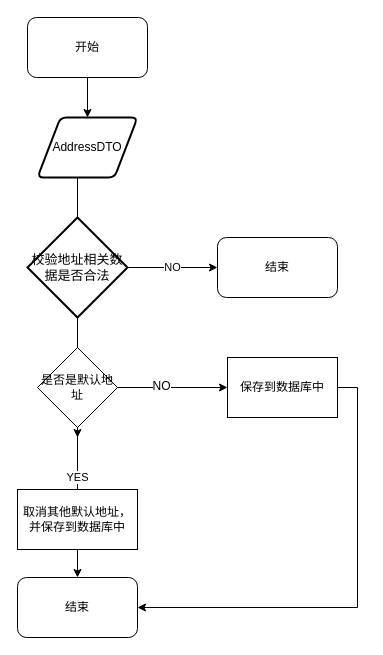
Earlier version of the draw.io diagram page "Ã§Â¬Â¬ 1 Ã©Â¡Âµ" (1 of 3) of 添加地址流程图.drawio (nullbull/uml). Source tidied: cells renumbered, new cells numbered last; positions are measured from the earlier drawing's top-left corner, leaving out a move shared by most shapes. Both pictures are drawn from the tidied source at 100%, with x=0, y=0 at pixel (17, 17).
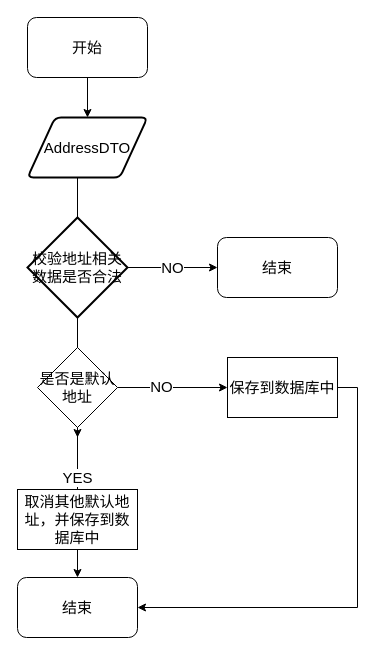
The same diagram, later.

What changed in the source:
```diff
@@
-    <mxCell id="2" style="edgeStyle=orthogonalEdgeStyle;rounded=0;orthogonalLoop=1;jettySize=auto;html=1;exitX=0.5;exitY=1;exitDx=0;exitDy=0;" parent="1" edge="1">
+    <mxCell id="2" style="edgeStyle=orthogonalEdgeStyle;rounded=0;orthogonalLoop=1;jettySize=auto;html=1;exitX=0.5;exitY=1;exitDx=0;exitDy=0;fontSize=15;" parent="1" edge="1">
       <mxGeometry relative="1" as="geometry">
         <mxPoint x="60" y="160" as="sourcePoint" />
         <mxPoint x="60" y="240" as="targetPoint" />
       </mxGeometry>
     </mxCell>
-    <mxCell id="3" style="verticalLabelPosition=bottom;verticalAlign=top;html=1;strokeWidth=2;shape=parallelogram;perimeter=parallelogramPerimeter;whiteSpace=wrap;rounded=1;arcSize=12;size=0.23;" parent="1" vertex="1">
-      <mxGeometry x="20" y="100" width="100" height="60" as="geometry" />
+    <mxCell id="3" style="verticalLabelPosition=bottom;verticalAlign=top;html=1;strokeWidth=2;shape=parallelogram;perimeter=parallelogramPerimeter;whiteSpace=wrap;rounded=1;arcSize=12;size=0.23;fontSize=15;" parent="1" vertex="1">
+      <mxGeometry x="10" y="100" width="120" height="60" as="geometry" />
     </mxCell>
-    <mxCell id="4" value="NO" style="edgeStyle=orthogonalEdgeStyle;rounded=0;jettySize=auto;html=1;exitX=1;exitY=0.5;exitDx=0;exitDy=0;exitPerimeter=0;entryX=0;entryY=0.5;entryDx=0;entryDy=0;" parent="1" edge="1" source="6" target="10">
+    <mxCell id="4" value="NO" style="edgeStyle=orthogonalEdgeStyle;rounded=0;jettySize=auto;html=1;exitX=1;exitY=0.5;exitDx=0;exitDy=0;exitPerimeter=0;entryX=0;entryY=0.5;entryDx=0;entryDy=0;fontSize=15;" parent="1" edge="1" source="6" target="10">
       <mxGeometry relative="1" as="geometry" />
     </mxCell>
-    <mxCell id="5" style="edgeStyle=orthogonalEdgeStyle;rounded=0;jettySize=auto;html=1;exitX=0.5;exitY=1;exitDx=0;exitDy=0;exitPerimeter=0;" parent="1" edge="1" source="6">
+    <mxCell id="5" style="edgeStyle=orthogonalEdgeStyle;rounded=0;jettySize=auto;html=1;exitX=0.5;exitY=1;exitDx=0;exitDy=0;exitPerimeter=0;fontSize=15;" parent="1" edge="1" source="6">
       <mxGeometry relative="1" as="geometry">
         <mxPoint x="60" y="420" as="targetPoint" />
       </mxGeometry>
     </mxCell>
-    <mxCell id="6" value="&lt;font style=&quot;font-size: 13px&quot;&gt;校验地址相关数据是否合法&lt;/font&gt;" style="strokeWidth=2;html=1;shape=mxgraph.flowchart.decision;whiteSpace=wrap;" parent="1" vertex="1">
+    <mxCell id="6" value="&lt;font style=&quot;font-size: 15px;&quot;&gt;校验地址相关数据是否合法&lt;/font&gt;" style="strokeWidth=2;html=1;shape=mxgraph.flowchart.decision;whiteSpace=wrap;fontSize=15;" parent="1" vertex="1">
       <mxGeometry x="10" y="200" width="100" height="100" as="geometry" />
     </mxCell>
-    <mxCell id="7" value="AddressDTO" style="text;html=1;strokeColor=none;fillColor=none;align=center;verticalAlign=middle;whiteSpace=wrap;rounded=0;" parent="1" vertex="1">
+    <mxCell id="7" value="AddressDTO" style="text;html=1;strokeColor=none;fillColor=none;align=center;verticalAlign=middle;whiteSpace=wrap;rounded=0;fontSize=15;" parent="1" vertex="1">
       <mxGeometry x="50" y="120" width="40" height="20" as="geometry" />
     </mxCell>
-    <mxCell id="8" style="edgeStyle=orthogonalEdgeStyle;rounded=0;jettySize=auto;html=1;exitX=0.5;exitY=1;exitDx=0;exitDy=0;entryX=0.5;entryY=0;entryDx=0;entryDy=0;" parent="1" edge="1" source="9" target="3">
+    <mxCell id="8" style="edgeStyle=orthogonalEdgeStyle;rounded=0;jettySize=auto;html=1;exitX=0.5;exitY=1;exitDx=0;exitDy=0;entryX=0.5;entryY=0;entryDx=0;entryDy=0;fontSize=15;" parent="1" edge="1" source="9" target="3">
       <mxGeometry relative="1" as="geometry" />
     </mxCell>
-    <mxCell id="9" value="开始" style="rounded=1;whiteSpace=wrap;html=1;" parent="1" vertex="1">
+    <mxCell id="9" value="开始" style="rounded=1;whiteSpace=wrap;html=1;fontSize=15;" parent="1" vertex="1">
       <mxGeometry x="10" width="120" height="60" as="geometry" />
     </mxCell>
-    <mxCell id="10" value="结束" style="rounded=1;whiteSpace=wrap;html=1;" parent="1" vertex="1">
+    <mxCell id="10" value="结束" style="rounded=1;whiteSpace=wrap;html=1;fontSize=15;" parent="1" vertex="1">
       <mxGeometry x="200" y="220" width="120" height="60" as="geometry" />
     </mxCell>
-    <mxCell id="11" value="YES" style="edgeStyle=orthogonalEdgeStyle;rounded=0;jettySize=auto;html=1;exitX=0.5;exitY=1;exitDx=0;exitDy=0;" parent="1" edge="1" source="14">
+    <mxCell id="11" value="YES" style="edgeStyle=orthogonalEdgeStyle;rounded=0;jettySize=auto;html=1;exitX=0.5;exitY=1;exitDx=0;exitDy=0;fontSize=15;" parent="1" edge="1" source="14">
       <mxGeometry relative="1" as="geometry">
         <mxPoint x="60" y="510" as="targetPoint" />
       </mxGeometry>
     </mxCell>
-    <mxCell id="12" style="edgeStyle=orthogonalEdgeStyle;rounded=0;jettySize=auto;html=1;exitX=1;exitY=0.5;exitDx=0;exitDy=0;entryX=0;entryY=0.5;entryDx=0;entryDy=0;" parent="1" edge="1" source="14" target="18">
+    <mxCell id="12" style="edgeStyle=orthogonalEdgeStyle;rounded=0;jettySize=auto;html=1;exitX=1;exitY=0.5;exitDx=0;exitDy=0;entryX=0;entryY=0.5;entryDx=0;entryDy=0;fontSize=15;" parent="1" edge="1" source="14" target="18">
       <mxGeometry relative="1" as="geometry" />
     </mxCell>
-    <mxCell id="13" value="NO" style="text;html=1;align=center;verticalAlign=middle;labelBackgroundColor=#ffffff;" parent="12" vertex="1">
+    <mxCell id="13" value="NO" style="text;html=1;align=center;verticalAlign=middle;labelBackgroundColor=#ffffff;fontSize=15;" parent="12" vertex="1">
       <mxGeometry x="-0.22" y="2" relative="1" as="geometry" />
     </mxCell>
-    <mxCell id="14" value="是否是默认地址" style="rhombus;whiteSpace=wrap;html=1;" parent="1" vertex="1">
+    <mxCell id="14" value="是否是默认地址" style="rhombus;whiteSpace=wrap;html=1;fontSize=15;" parent="1" vertex="1">
       <mxGeometry x="20" y="330" width="80" height="80" as="geometry" />
     </mxCell>
-    <mxCell id="15" style="edgeStyle=orthogonalEdgeStyle;rounded=0;jettySize=auto;html=1;exitX=0.5;exitY=1;exitDx=0;exitDy=0;entryX=0.5;entryY=0;entryDx=0;entryDy=0;" parent="1" edge="1" source="16" target="19">
+    <mxCell id="15" style="edgeStyle=orthogonalEdgeStyle;rounded=0;jettySize=auto;html=1;exitX=0.5;exitY=1;exitDx=0;exitDy=0;entryX=0.5;entryY=0;entryDx=0;entryDy=0;fontSize=15;" parent="1" edge="1" source="16" target="19">
       <mxGeometry relative="1" as="geometry" />
     </mxCell>
-    <mxCell id="16" value="取消其他默认地址，并保存到数据库中" style="rounded=0;whiteSpace=wrap;html=1;" parent="1" vertex="1">
+    <mxCell id="16" value="取消其他默认地址，并保存到数据库中" style="rounded=0;whiteSpace=wrap;html=1;fontSize=15;" parent="1" vertex="1">
       <mxGeometry y="472" width="120" height="60" as="geometry" />
     </mxCell>
-    <mxCell id="17" style="edgeStyle=orthogonalEdgeStyle;rounded=0;jettySize=auto;html=1;exitX=1;exitY=0.5;exitDx=0;exitDy=0;entryX=1;entryY=0.5;entryDx=0;entryDy=0;" parent="1" edge="1" source="18" target="19">
+    <mxCell id="17" style="edgeStyle=orthogonalEdgeStyle;rounded=0;jettySize=auto;html=1;exitX=1;exitY=0.5;exitDx=0;exitDy=0;entryX=1;entryY=0.5;entryDx=0;entryDy=0;fontSize=15;" parent="1" edge="1" source="18" target="19">
       <mxGeometry relative="1" as="geometry" />
     </mxCell>
-    <mxCell id="18" value="保存到数据库中" style="rounded=0;whiteSpace=wrap;html=1;" parent="1" vertex="1">
+    <mxCell id="18" value="保存到数据库中" style="rounded=0;whiteSpace=wrap;html=1;fontSize=15;" parent="1" vertex="1">
       <mxGeometry x="210" y="340" width="110" height="60" as="geometry" />
     </mxCell>
-    <mxCell id="19" value="结束" style="rounded=1;whiteSpace=wrap;html=1;" parent="1" vertex="1">
+    <mxCell id="19" value="结束" style="rounded=1;whiteSpace=wrap;html=1;fontSize=15;" parent="1" vertex="1">
       <mxGeometry y="560" width="120" height="60" as="geometry" />
     </mxCell>
```
